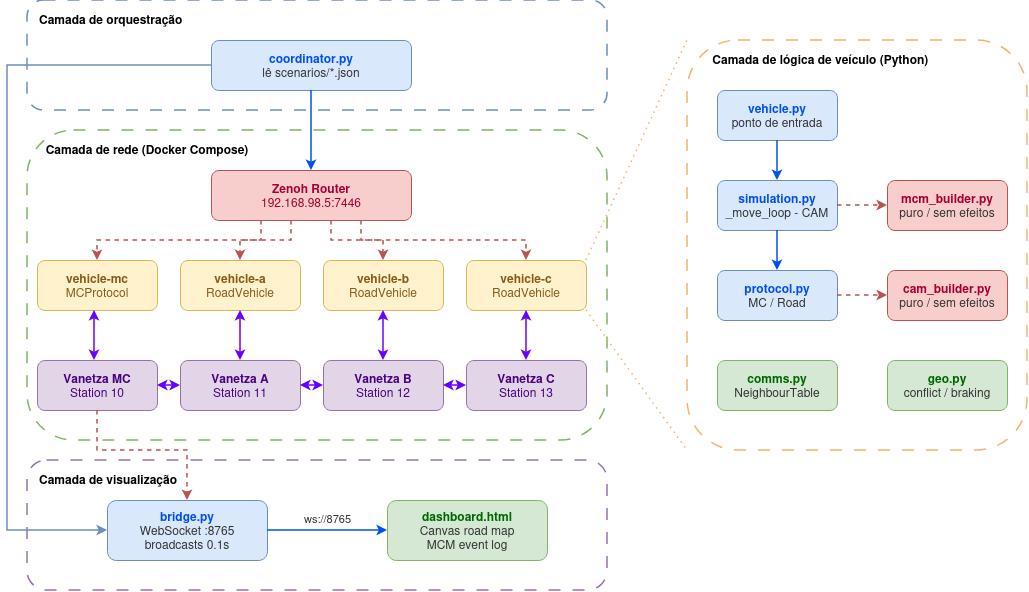
pedromelo322/UA keeps this draw.io diagram as 4ano/2semestre/RSA/project/relatorio/figuras/MERGE_LANE_ARCH.png. Above is the earlier version. Source tidied: cells renumbered, new cells last; positions are measured from the earlier drawing's top-left corner, leaving out a move shared by most shapes.
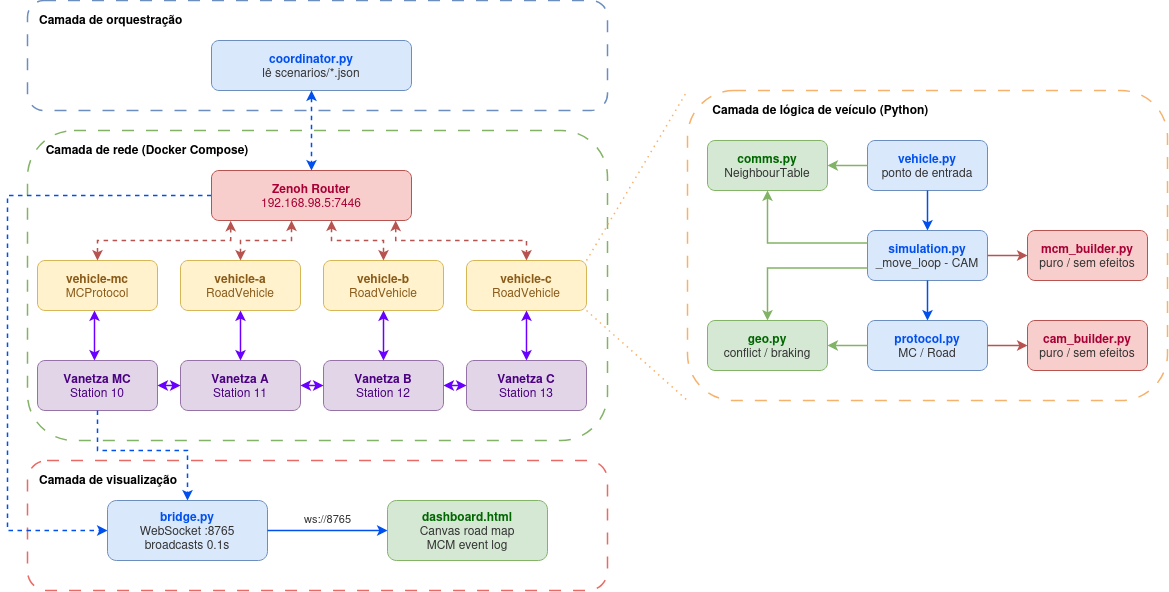
Above is the later version.

The edit, as a diff of the source:
```diff
@@ -8,16 +8,13 @@
     <mxCell id="3" value="&amp;nbsp;&amp;nbsp;&lt;b&gt;Camada de rede (Docker Compose)&lt;/b&gt;" style="shape=rectangle;rounded=1;whiteSpace=wrap;html=1;fillColor=none;strokeColor=#82b366;dashed=1;dashPattern=8 8;strokeWidth=1.5;verticalAlign=top;align=left;spacingTop=5;spacingLeft=10;fontColor=#000000;" parent="1" vertex="1">
       <mxGeometry x="20" y="130" width="580" height="310" as="geometry" />
     </mxCell>
-    <mxCell id="4" value="&lt;b&gt;Camada de visualização&lt;/b&gt;" style="shape=rectangle;rounded=1;whiteSpace=wrap;html=1;fillColor=none;strokeColor=#9673a6;dashed=1;dashPattern=8 8;strokeWidth=1.5;verticalAlign=top;align=left;spacingTop=5;spacingLeft=10;fontColor=#000000;" parent="1" vertex="1">
+    <mxCell id="4" value="&lt;b&gt;Camada de visualização&lt;/b&gt;" style="shape=rectangle;rounded=1;whiteSpace=wrap;html=1;fillColor=none;strokeColor=#EA6B66;dashed=1;dashPattern=8 8;strokeWidth=1.5;verticalAlign=top;align=left;spacingTop=5;spacingLeft=10;fontColor=#000000;" parent="1" vertex="1">
       <mxGeometry x="20" y="460" width="580" height="130" as="geometry" />
     </mxCell>
-    <mxCell id="5" value="&amp;nbsp; &amp;nbsp;&amp;nbsp;&lt;b&gt;Camada de lógica de veículo (Python)&lt;/b&gt;" style="shape=rectangle;rounded=1;whiteSpace=wrap;html=1;fillColor=none;strokeColor=#f6b26b;dashed=1;dashPattern=8 8;strokeWidth=1.5;verticalAlign=top;align=left;spacingTop=5;spacingLeft=10;fontColor=#000000;" parent="1" vertex="1">
-      <mxGeometry x="680" y="40" width="340" height="410" as="geometry" />
-    </mxCell>
-    <mxCell id="6" style="edgeStyle=orthogonalEdgeStyle;rounded=0;jettySize=auto;html=1;exitX=0;exitY=0.5;exitDx=0;exitDy=0;entryX=0;entryY=0.5;entryDx=0;entryDy=0;strokeWidth=1.5;strokeColor=#6c8ebf;fillColor=#dae8fc;" parent="1" edge="1" source="7" target="17">
+    <mxCell id="6" style="edgeStyle=orthogonalEdgeStyle;rounded=0;jettySize=auto;html=1;exitX=0;exitY=0.5;exitDx=0;exitDy=0;entryX=0;entryY=0.5;entryDx=0;entryDy=0;strokeWidth=1.5;strokeColor=#0050EF;fillColor=#dae8fc;dashed=1;" parent="1" edge="1" source="8" target="17">
       <mxGeometry relative="1" as="geometry">
         <Array as="points">
-          <mxPoint y="65" />
+          <mxPoint y="195" />
           <mxPoint y="530" />
         </Array>
       </mxGeometry>
@@ -58,40 +55,19 @@
     <mxCell id="18" value="&lt;font color=&quot;#006600&quot;&gt;&lt;b&gt;dashboard.html&lt;/b&gt;&lt;/font&gt;&lt;br&gt;&lt;font color=&quot;#333333&quot;&gt;Canvas road map&lt;br&gt;MCM event log&lt;/font&gt;" style="shape=rectangle;rounded=1;whiteSpace=wrap;html=1;fillColor=#d5e8d4;strokeColor=#82b366;" parent="1" vertex="1">
       <mxGeometry x="380" y="500" width="160" height="60" as="geometry" />
     </mxCell>
-    <mxCell id="19" value="&lt;font color=&quot;#0050ef&quot;&gt;&lt;b&gt;vehicle.py&lt;/b&gt;&lt;/font&gt;&lt;br&gt;&lt;font color=&quot;#333333&quot;&gt;ponto de entrada&lt;/font&gt;" style="shape=rectangle;rounded=1;whiteSpace=wrap;html=1;fillColor=#dae8fc;strokeColor=#6c8ebf;" parent="1" vertex="1">
-      <mxGeometry x="710" y="90" width="120" height="50" as="geometry" />
-    </mxCell>
-    <mxCell id="20" value="&lt;font color=&quot;#0050ef&quot;&gt;&lt;b&gt;simulation.py&lt;/b&gt;&lt;/font&gt;&lt;br&gt;&lt;font color=&quot;#333333&quot;&gt;_move_loop - CAM&lt;/font&gt;" style="shape=rectangle;rounded=1;whiteSpace=wrap;html=1;fillColor=#dae8fc;strokeColor=#6c8ebf;" parent="1" vertex="1">
-      <mxGeometry x="710" y="180" width="120" height="50" as="geometry" />
-    </mxCell>
-    <mxCell id="21" value="&lt;font color=&quot;#0050ef&quot;&gt;&lt;b&gt;protocol.py&lt;/b&gt;&lt;/font&gt;&lt;br&gt;&lt;font color=&quot;#333333&quot;&gt;MC / Road&lt;/font&gt;" style="shape=rectangle;rounded=1;whiteSpace=wrap;html=1;fillColor=#dae8fc;strokeColor=#6c8ebf;" parent="1" vertex="1">
-      <mxGeometry x="710" y="270" width="120" height="50" as="geometry" />
-    </mxCell>
-    <mxCell id="22" value="&lt;font color=&quot;#a80036&quot;&gt;&lt;b&gt;cam_builder.py&lt;/b&gt;&lt;/font&gt;&lt;br&gt;&lt;font color=&quot;#333333&quot;&gt;puro / sem efeitos&lt;/font&gt;" style="shape=rectangle;rounded=1;whiteSpace=wrap;html=1;fillColor=#f8cecc;strokeColor=#b85450;" parent="1" vertex="1">
-      <mxGeometry x="880" y="270" width="120" height="50" as="geometry" />
-    </mxCell>
-    <mxCell id="23" value="&lt;font color=&quot;#006600&quot;&gt;&lt;b&gt;comms.py&lt;/b&gt;&lt;/font&gt;&lt;br&gt;&lt;font color=&quot;#333333&quot;&gt;NeighbourTable&lt;/font&gt;" style="shape=rectangle;rounded=1;whiteSpace=wrap;html=1;fillColor=#d5e8d4;strokeColor=#82b366;" parent="1" vertex="1">
-      <mxGeometry x="710" y="360" width="120" height="50" as="geometry" />
-    </mxCell>
-    <mxCell id="24" value="&lt;font color=&quot;#006600&quot;&gt;&lt;b&gt;geo.py&lt;/b&gt;&lt;/font&gt;&lt;br&gt;&lt;font color=&quot;#333333&quot;&gt;conflict / braking&lt;/font&gt;" style="shape=rectangle;rounded=1;whiteSpace=wrap;html=1;fillColor=#d5e8d4;strokeColor=#82b366;" parent="1" vertex="1">
-      <mxGeometry x="880" y="360" width="120" height="50" as="geometry" />
-    </mxCell>
-    <mxCell id="25" value="&lt;font color=&quot;#a80036&quot;&gt;&lt;b&gt;mcm_builder.py&lt;/b&gt;&lt;/font&gt;&lt;br&gt;&lt;font color=&quot;#333333&quot;&gt;puro / sem efeitos&lt;/font&gt;" style="shape=rectangle;rounded=1;whiteSpace=wrap;html=1;fillColor=#f8cecc;strokeColor=#b85450;" parent="1" vertex="1">
-      <mxGeometry x="880" y="180" width="120" height="50" as="geometry" />
-    </mxCell>
-    <mxCell id="26" style="edgeStyle=orthogonalEdgeStyle;rounded=0;jettySize=auto;html=1;strokeColor=#0050ef;strokeWidth=1.5;endArrow=classic;" parent="1" edge="1" source="7" target="8">
+    <mxCell id="26" style="edgeStyle=orthogonalEdgeStyle;rounded=0;jettySize=auto;html=1;strokeColor=#0050ef;strokeWidth=1.5;endArrow=classic;startArrow=classic;startFill=1;dashed=1;" parent="1" edge="1" source="7" target="8">
       <mxGeometry relative="1" as="geometry" />
     </mxCell>
-    <mxCell id="27" style="edgeStyle=orthogonalEdgeStyle;rounded=0;jettySize=auto;html=1;dashed=1;strokeColor=#b85450;strokeWidth=1.5;endArrow=classic;exitX=0.25;exitY=1;exitDx=0;exitDy=0;" parent="1" edge="1" source="8" target="9">
+    <mxCell id="27" style="edgeStyle=orthogonalEdgeStyle;rounded=0;jettySize=auto;html=1;dashed=1;strokeColor=#b85450;strokeWidth=1.5;endArrow=classic;exitX=0.096;exitY=1.006;exitDx=0;exitDy=0;exitPerimeter=0;startArrow=classic;startFill=1;" parent="1" edge="1" source="8" target="9">
       <mxGeometry relative="1" as="geometry" />
     </mxCell>
-    <mxCell id="28" style="edgeStyle=orthogonalEdgeStyle;rounded=0;jettySize=auto;html=1;dashed=1;strokeColor=#b85450;strokeWidth=1.5;endArrow=classic;exitX=0.4;exitY=1;exitDx=0;exitDy=0;" parent="1" edge="1" source="8" target="10">
+    <mxCell id="28" style="edgeStyle=orthogonalEdgeStyle;rounded=0;jettySize=auto;html=1;dashed=1;strokeColor=#b85450;strokeWidth=1.5;endArrow=classic;exitX=0.4;exitY=1;exitDx=0;exitDy=0;startArrow=classic;startFill=1;" parent="1" edge="1" source="8" target="10">
       <mxGeometry relative="1" as="geometry" />
     </mxCell>
-    <mxCell id="29" style="edgeStyle=orthogonalEdgeStyle;rounded=0;jettySize=auto;html=1;dashed=1;strokeColor=#b85450;strokeWidth=1.5;endArrow=classic;exitX=0.6;exitY=1;exitDx=0;exitDy=0;" parent="1" edge="1" source="8" target="11">
+    <mxCell id="29" style="edgeStyle=orthogonalEdgeStyle;rounded=0;jettySize=auto;html=1;dashed=1;strokeColor=#b85450;strokeWidth=1.5;endArrow=classic;exitX=0.6;exitY=1;exitDx=0;exitDy=0;startArrow=classic;startFill=1;" parent="1" edge="1" source="8" target="11">
       <mxGeometry relative="1" as="geometry" />
     </mxCell>
-    <mxCell id="30" style="edgeStyle=orthogonalEdgeStyle;rounded=0;jettySize=auto;html=1;dashed=1;strokeColor=#b85450;strokeWidth=1.5;endArrow=classic;exitX=0.75;exitY=1;exitDx=0;exitDy=0;" parent="1" edge="1" source="8" target="12">
+    <mxCell id="30" style="edgeStyle=orthogonalEdgeStyle;rounded=0;jettySize=auto;html=1;dashed=1;strokeColor=#b85450;strokeWidth=1.5;endArrow=classic;exitX=0.921;exitY=1.001;exitDx=0;exitDy=0;exitPerimeter=0;startArrow=classic;startFill=1;" parent="1" edge="1" source="8" target="12">
       <mxGeometry relative="1" as="geometry" />
     </mxCell>
     <mxCell id="31" style="edgeStyle=orthogonalEdgeStyle;rounded=0;orthogonalLoop=1;jettySize=auto;html=1;strokeColor=#6a00ff;strokeWidth=1.5;endArrow=classic;startArrow=classic;startFill=1;" parent="1" edge="1">
@@ -118,7 +94,7 @@
     <mxCell id="37" style="edgeStyle=orthogonalEdgeStyle;rounded=0;jettySize=auto;html=1;strokeColor=#6a00ff;strokeWidth=1.5;startArrow=classic;endArrow=classic;" parent="1" edge="1" source="15" target="16">
       <mxGeometry relative="1" as="geometry" />
     </mxCell>
-    <mxCell id="38" style="edgeStyle=orthogonalEdgeStyle;rounded=0;jettySize=auto;html=1;dashed=1;strokeColor=#b85450;strokeWidth=1.5;endArrow=classic;" parent="1" edge="1" source="13" target="17">
+    <mxCell id="38" style="edgeStyle=orthogonalEdgeStyle;rounded=0;jettySize=auto;html=1;dashed=1;strokeColor=#0050EF;strokeWidth=1.5;endArrow=classic;" parent="1" edge="1" source="13" target="17">
       <mxGeometry relative="1" as="geometry">
         <Array as="points">
           <mxPoint x="90" y="450" />
@@ -129,25 +105,59 @@
     <mxCell id="39" value="&lt;font color=&quot;#333333&quot;&gt;ws://8765&lt;/font&gt;" style="edgeStyle=orthogonalEdgeStyle;rounded=0;jettySize=auto;html=1;strokeColor=#0050ef;strokeWidth=1.5;endArrow=classic;verticalAlign=bottom;spacingBottom=2;labelBackgroundColor=none;" parent="1" edge="1" source="17" target="18">
       <mxGeometry relative="1" as="geometry" />
     </mxCell>
+    <mxCell id="44" style="endArrow=none;dashed=1;html=1;dashPattern=1 3;strokeWidth=1.5;strokeColor=#F6B26B;exitX=1;exitY=0;exitDx=0;exitDy=0;entryX=0;entryY=0;entryDx=0;entryDy=0;" parent="1" edge="1" source="12" target="5">
+      <mxGeometry relative="1" as="geometry" />
+    </mxCell>
+    <mxCell id="45" style="endArrow=none;dashed=1;html=1;dashPattern=1 3;strokeWidth=1.5;strokeColor=#F6B26B;exitX=1;exitY=1;exitDx=0;exitDy=0;entryX=0;entryY=1;entryDx=0;entryDy=0;" parent="1" edge="1" source="12" target="5">
+      <mxGeometry relative="1" as="geometry" />
+    </mxCell>
+    <mxCell id="5" value="&amp;nbsp; &amp;nbsp;&amp;nbsp;&lt;b&gt;Camada de lógica de veículo (Python)&lt;/b&gt;" style="shape=rectangle;rounded=1;whiteSpace=wrap;html=1;fillColor=none;strokeColor=#f6b26b;dashed=1;dashPattern=8 8;strokeWidth=1.5;verticalAlign=top;align=left;spacingTop=5;spacingLeft=10;fontColor=#000000;" parent="1" vertex="1">
+      <mxGeometry x="680" y="90" width="480" height="310" as="geometry" />
+    </mxCell>
+    <mxCell id="19" value="&lt;font color=&quot;#0050ef&quot;&gt;&lt;b&gt;vehicle.py&lt;/b&gt;&lt;/font&gt;&lt;br&gt;&lt;font color=&quot;#333333&quot;&gt;ponto de entrada&lt;/font&gt;" style="shape=rectangle;rounded=1;whiteSpace=wrap;html=1;fillColor=#dae8fc;strokeColor=#6c8ebf;" parent="1" vertex="1">
+      <mxGeometry x="860" y="140" width="120" height="50" as="geometry" />
+    </mxCell>
+    <mxCell id="20" value="&lt;font color=&quot;#0050ef&quot;&gt;&lt;b&gt;simulation.py&lt;/b&gt;&lt;/font&gt;&lt;br&gt;&lt;font color=&quot;#333333&quot;&gt;_move_loop - CAM&lt;/font&gt;" style="shape=rectangle;rounded=1;whiteSpace=wrap;html=1;fillColor=#dae8fc;strokeColor=#6c8ebf;" parent="1" vertex="1">
+      <mxGeometry x="860" y="230" width="120" height="50" as="geometry" />
+    </mxCell>
+    <mxCell id="21" value="&lt;font color=&quot;#0050ef&quot;&gt;&lt;b&gt;protocol.py&lt;/b&gt;&lt;/font&gt;&lt;br&gt;&lt;font color=&quot;#333333&quot;&gt;MC / Road&lt;/font&gt;" style="shape=rectangle;rounded=1;whiteSpace=wrap;html=1;fillColor=#dae8fc;strokeColor=#6c8ebf;" parent="1" vertex="1">
+      <mxGeometry x="860" y="320" width="120" height="50" as="geometry" />
+    </mxCell>
+    <mxCell id="23" value="&lt;font color=&quot;#006600&quot;&gt;&lt;b&gt;comms.py&lt;/b&gt;&lt;/font&gt;&lt;br&gt;&lt;font color=&quot;#333333&quot;&gt;NeighbourTable&lt;/font&gt;" style="shape=rectangle;rounded=1;whiteSpace=wrap;html=1;fillColor=#d5e8d4;strokeColor=#82b366;" parent="1" vertex="1">
+      <mxGeometry x="700" y="140" width="120" height="50" as="geometry" />
+    </mxCell>
+    <mxCell id="24" value="&lt;font color=&quot;#006600&quot;&gt;&lt;b&gt;geo.py&lt;/b&gt;&lt;/font&gt;&lt;br&gt;&lt;font color=&quot;#333333&quot;&gt;conflict / braking&lt;/font&gt;" style="shape=rectangle;rounded=1;whiteSpace=wrap;html=1;fillColor=#d5e8d4;strokeColor=#82b366;" parent="1" vertex="1">
+      <mxGeometry x="700" y="320" width="120" height="50" as="geometry" />
+    </mxCell>
+    <mxCell id="25" value="&lt;font color=&quot;#a80036&quot;&gt;&lt;b&gt;mcm_builder.py&lt;/b&gt;&lt;/font&gt;&lt;br&gt;&lt;font color=&quot;#333333&quot;&gt;puro / sem efeitos&lt;/font&gt;" style="shape=rectangle;rounded=1;whiteSpace=wrap;html=1;fillColor=#f8cecc;strokeColor=#b85450;" parent="1" vertex="1">
+      <mxGeometry x="1020" y="230" width="120" height="50" as="geometry" />
+    </mxCell>
+    <mxCell id="22" value="&lt;font color=&quot;#a80036&quot;&gt;&lt;b&gt;cam_builder.py&lt;/b&gt;&lt;/font&gt;&lt;br&gt;&lt;font color=&quot;#333333&quot;&gt;puro / sem efeitos&lt;/font&gt;" style="shape=rectangle;rounded=1;whiteSpace=wrap;html=1;fillColor=#f8cecc;strokeColor=#b85450;" parent="1" vertex="1">
+      <mxGeometry x="1020" y="320" width="120" height="50" as="geometry" />
+    </mxCell>
     <mxCell id="40" style="edgeStyle=orthogonalEdgeStyle;rounded=0;jettySize=auto;html=1;strokeColor=#0050ef;strokeWidth=1.5;endArrow=classic;" parent="1" edge="1" source="19" target="20">
       <mxGeometry relative="1" as="geometry" />
     </mxCell>
     <mxCell id="41" style="edgeStyle=orthogonalEdgeStyle;rounded=0;jettySize=auto;html=1;strokeColor=#0050ef;strokeWidth=1.5;endArrow=classic;" parent="1" edge="1" source="20" target="21">
       <mxGeometry relative="1" as="geometry" />
     </mxCell>
-    <mxCell id="42" style="edgeStyle=orthogonalEdgeStyle;rounded=0;jettySize=auto;html=1;dashed=1;strokeColor=#b85450;strokeWidth=1.5;endArrow=classic;" parent="1" edge="1" source="21" target="22">
+    <mxCell id="42" style="edgeStyle=orthogonalEdgeStyle;rounded=0;jettySize=auto;html=1;strokeColor=#b85450;strokeWidth=1.5;endArrow=classic;" parent="1" edge="1" source="21" target="22">
       <mxGeometry relative="1" as="geometry" />
     </mxCell>
-    <mxCell id="43" style="edgeStyle=orthogonalEdgeStyle;rounded=0;jettySize=auto;html=1;dashed=1;strokeColor=#b85450;strokeWidth=1.5;endArrow=classic;" parent="1" edge="1" target="25">
-      <mxGeometry relative="1" as="geometry">
-        <mxPoint x="830" y="205" as="sourcePoint" />
-      </mxGeometry>
-    </mxCell>
-    <mxCell id="44" style="endArrow=none;dashed=1;html=1;dashPattern=1 3;strokeWidth=1.5;strokeColor=#f6b26b;exitX=1;exitY=0;exitDx=0;exitDy=0;entryX=0;entryY=0;entryDx=0;entryDy=0;" parent="1" edge="1" source="12" target="5">
-      <mxGeometry relative="1" as="geometry" />
-    </mxCell>
-    <mxCell id="45" style="endArrow=none;dashed=1;html=1;dashPattern=1 3;strokeWidth=1.5;strokeColor=#f6b26b;exitX=1;exitY=1;exitDx=0;exitDy=0;entryX=0;entryY=1;entryDx=0;entryDy=0;" parent="1" edge="1" source="12" target="5">
-      <mxGeometry relative="1" as="geometry" />
-    </mxCell>
+    <mxCell id="46" style="edgeStyle=orthogonalEdgeStyle;rounded=0;jettySize=auto;html=1;strokeColor=#b85450;strokeWidth=1.5;endArrow=classic;" parent="1" edge="1" source="20" target="25">
+      <mxGeometry relative="1" as="geometry" />
+    </mxCell>
+    <mxCell id="47" style="edgeStyle=orthogonalEdgeStyle;rounded=0;jettySize=auto;html=1;strokeColor=#82b366;strokeWidth=1.5;endArrow=classic;exitX=0;exitY=0.5;exitDx=0;exitDy=0;entryX=1;entryY=0.5;entryDx=0;entryDy=0;" parent="1" edge="1" source="19" target="23">
+      <mxGeometry relative="1" as="geometry" />
+    </mxCell>
+    <mxCell id="48" style="edgeStyle=orthogonalEdgeStyle;rounded=0;jettySize=auto;html=1;strokeColor=#82b366;strokeWidth=1.5;endArrow=classic;exitX=0;exitY=0.25;exitDx=0;exitDy=0;entryX=0.5;entryY=1;entryDx=0;entryDy=0;" parent="1" edge="1" source="20" target="23">
+      <mxGeometry relative="1" as="geometry" />
+    </mxCell>
+    <mxCell id="49" style="edgeStyle=orthogonalEdgeStyle;rounded=0;jettySize=auto;html=1;strokeColor=#82b366;strokeWidth=1.5;endArrow=classic;exitX=0;exitY=0.75;exitDx=0;exitDy=0;entryX=0.5;entryY=0;entryDx=0;entryDy=0;" parent="1" edge="1" source="20" target="24">
+      <mxGeometry relative="1" as="geometry" />
+    </mxCell>
+    <mxCell id="50" style="edgeStyle=orthogonalEdgeStyle;rounded=0;jettySize=auto;html=1;strokeColor=#82b366;strokeWidth=1.5;endArrow=classic;exitX=0;exitY=0.5;exitDx=0;exitDy=0;entryX=1;entryY=0.5;entryDx=0;entryDy=0;" parent="1" edge="1" source="21" target="24">
+      <mxGeometry relative="1" as="geometry" />
+    </mxCell>
   </root>
 </mxGraphModel>
```
